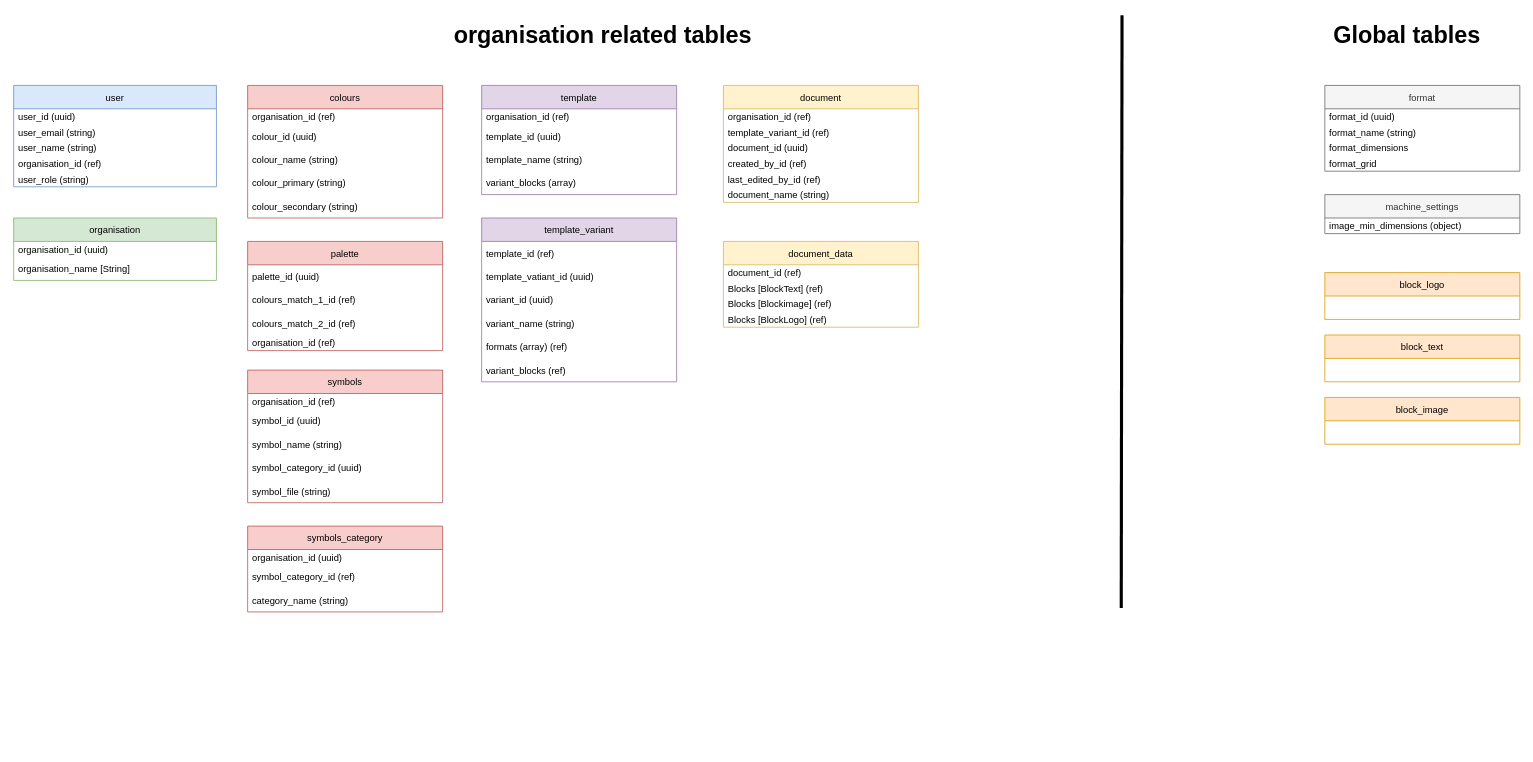
Before: page "Page-2" (2 of 2) of root/DesignmaskinCurrent2.drawio in dreamyguy/drawio, a draw.io diagram. Source tidied: cells renumbered, new cells numbered last; positions are measured from the earlier drawing's top-left corner, leaving out a move shared by most shapes. Both pictures are drawn from the tidied source at 78%, with x=0, y=0 at pixel (13, 15).
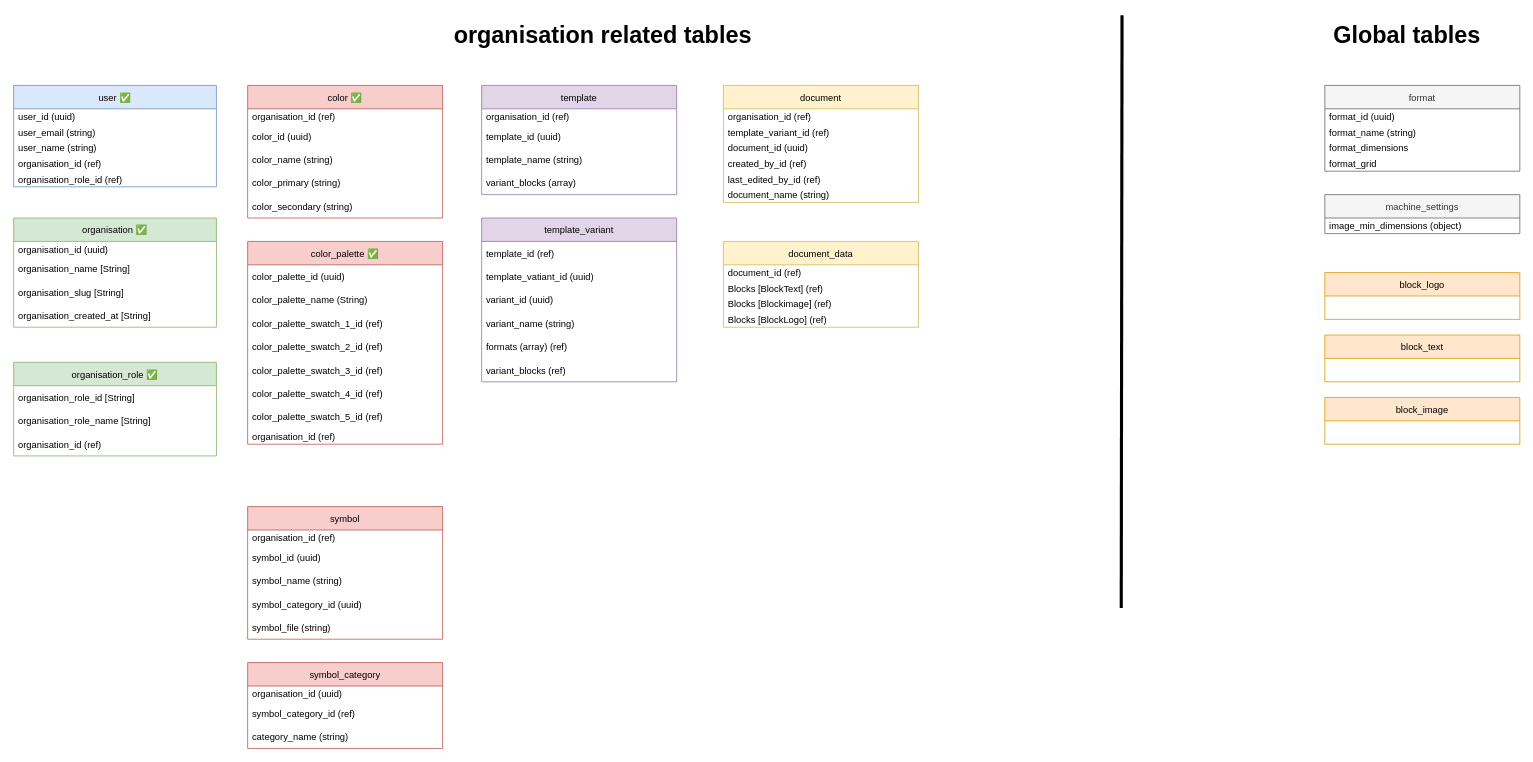
The same page after the edit.

The edit, as a diff of the source:
```diff
@@
-    <mxCell id="2" value="user" style="swimlane;fontStyle=0;horizontal=1;startSize=30;fillColor=#dae8fc;strokeColor=#6c8ebf;" parent="1" vertex="1">
+    <mxCell id="2" value="user ✅" style="swimlane;fontStyle=0;horizontal=1;startSize=30;fillColor=#dae8fc;strokeColor=#6c8ebf;" parent="1" vertex="1">
       <mxGeometry y="90" width="260" height="130" as="geometry" />
     </mxCell>
@@
-    <mxCell id="7" value="user_role (string)" style="text;strokeColor=none;fillColor=none;align=left;verticalAlign=middle;spacingLeft=4;spacingRight=4;overflow=hidden;spacing=2;" parent="2" vertex="1">
+    <mxCell id="7" value="organisation_role_id (ref)" style="text;strokeColor=none;fillColor=none;align=left;verticalAlign=middle;spacingLeft=4;spacingRight=4;overflow=hidden;spacing=2;" parent="2" vertex="1">
       <mxGeometry y="110" width="260" height="20" as="geometry" />
     </mxCell>
@@
-    <mxCell id="20" value="organisation" style="swimlane;fontStyle=0;horizontal=1;startSize=30;fillColor=#d5e8d4;strokeColor=#82b366;" parent="1" vertex="1">
-      <mxGeometry y="260" width="260" height="80" as="geometry" />
+    <mxCell id="20" value="organisation ✅" style="swimlane;fontStyle=0;horizontal=1;startSize=30;fillColor=#d5e8d4;strokeColor=#82b366;" parent="1" vertex="1">
+      <mxGeometry y="260" width="260" height="140" as="geometry" />
     </mxCell>
@@
+    <mxCell id="69" value="organisation_slug [String]" style="text;strokeColor=none;fillColor=none;align=left;verticalAlign=middle;spacingLeft=4;spacingRight=4;overflow=hidden;spacing=2;" parent="20" vertex="1">
+      <mxGeometry y="80" width="260" height="30" as="geometry" />
+    </mxCell>
+    <mxCell id="70" value="organisation_created_at [String]" style="text;strokeColor=none;fillColor=none;align=left;verticalAlign=middle;spacingLeft=4;spacingRight=4;overflow=hidden;spacing=2;" parent="20" vertex="1">
+      <mxGeometry y="110" width="260" height="30" as="geometry" />
+    </mxCell>
-    <mxCell id="23" value="colours" style="swimlane;fontStyle=0;horizontal=1;startSize=30;fillColor=#f8cecc;strokeColor=#b85450;" parent="1" vertex="1">
+    <mxCell id="23" value="color ✅" style="swimlane;fontStyle=0;horizontal=1;startSize=30;fillColor=#f8cecc;strokeColor=#b85450;" parent="1" vertex="1">
       <mxGeometry x="300" y="90" width="250" height="170" as="geometry" />
     </mxCell>
@@
-    <mxCell id="25" value="colour_id (uuid)" style="text;strokeColor=none;fillColor=none;align=left;verticalAlign=middle;spacingLeft=4;spacingRight=4;overflow=hidden;spacing=2;" parent="23" vertex="1">
+    <mxCell id="25" value="color_id (uuid)" style="text;strokeColor=none;fillColor=none;align=left;verticalAlign=middle;spacingLeft=4;spacingRight=4;overflow=hidden;spacing=2;" parent="23" vertex="1">
       <mxGeometry y="50" width="250" height="30" as="geometry" />
     </mxCell>
-    <mxCell id="26" value="colour_name (string)" style="text;strokeColor=none;fillColor=none;align=left;verticalAlign=middle;spacingLeft=4;spacingRight=4;overflow=hidden;spacing=2;" parent="23" vertex="1">
+    <mxCell id="26" value="color_name (string)" style="text;strokeColor=none;fillColor=none;align=left;verticalAlign=middle;spacingLeft=4;spacingRight=4;overflow=hidden;spacing=2;" parent="23" vertex="1">
       <mxGeometry y="80" width="250" height="30" as="geometry" />
     </mxCell>
-    <mxCell id="27" value="colour_primary (string)" style="text;strokeColor=none;fillColor=none;align=left;verticalAlign=middle;spacingLeft=4;spacingRight=4;overflow=hidden;spacing=2;" parent="23" vertex="1">
+    <mxCell id="27" value="color_primary (string)" style="text;strokeColor=none;fillColor=none;align=left;verticalAlign=middle;spacingLeft=4;spacingRight=4;overflow=hidden;spacing=2;" parent="23" vertex="1">
       <mxGeometry y="110" width="250" height="30" as="geometry" />
     </mxCell>
-    <mxCell id="28" value="colour_secondary (string)" style="text;strokeColor=none;fillColor=none;align=left;verticalAlign=middle;spacingLeft=4;spacingRight=4;overflow=hidden;spacing=2;" parent="23" vertex="1">
+    <mxCell id="28" value="color_secondary (string)" style="text;strokeColor=none;fillColor=none;align=left;verticalAlign=middle;spacingLeft=4;spacingRight=4;overflow=hidden;spacing=2;" parent="23" vertex="1">
       <mxGeometry y="140" width="250" height="30" as="geometry" />
     </mxCell>
-    <mxCell id="29" value="symbols" style="swimlane;fontStyle=0;horizontal=1;startSize=30;fillColor=#f8cecc;strokeColor=#b85450;" parent="1" vertex="1">
-      <mxGeometry x="300" y="455" width="250" height="170" as="geometry" />
+    <mxCell id="29" value="symbol" style="swimlane;fontStyle=0;horizontal=1;startSize=30;fillColor=#f8cecc;strokeColor=#b85450;" parent="1" vertex="1">
+      <mxGeometry x="300" y="630" width="250" height="170" as="geometry" />
     </mxCell>
@@
-    <mxCell id="35" value="symbols_category" style="swimlane;fontStyle=0;horizontal=1;startSize=30;fillColor=#f8cecc;strokeColor=#b85450;" parent="1" vertex="1">
-      <mxGeometry x="300" y="655" width="250" height="110" as="geometry" />
+    <mxCell id="35" value="symbol_category" style="swimlane;fontStyle=0;horizontal=1;startSize=30;fillColor=#f8cecc;strokeColor=#b85450;" parent="1" vertex="1">
+      <mxGeometry x="300" y="830" width="250" height="110" as="geometry" />
     </mxCell>
@@
-    <mxCell id="61" value="palette" style="swimlane;fontStyle=0;horizontal=1;startSize=30;fillColor=#f8cecc;strokeColor=#b85450;" parent="1" vertex="1">
-      <mxGeometry x="300" y="290" width="250" height="140" as="geometry" />
+    <mxCell id="61" value="color_palette ✅" style="swimlane;fontStyle=0;horizontal=1;startSize=30;fillColor=#f8cecc;strokeColor=#b85450;" parent="1" vertex="1">
+      <mxGeometry x="300" y="290" width="250" height="260" as="geometry" />
     </mxCell>
-    <mxCell id="62" value="palette_id (uuid)" style="text;strokeColor=none;fillColor=none;align=left;verticalAlign=middle;spacingLeft=4;spacingRight=4;overflow=hidden;spacing=2;" parent="61" vertex="1">
+    <mxCell id="62" value="color_palette_id (uuid)" style="text;strokeColor=none;fillColor=none;align=left;verticalAlign=middle;spacingLeft=4;spacingRight=4;overflow=hidden;spacing=2;" parent="61" vertex="1">
       <mxGeometry y="30" width="250" height="30" as="geometry" />
     </mxCell>
-    <mxCell id="63" value="colours_match_1_id (ref)" style="text;strokeColor=none;fillColor=none;align=left;verticalAlign=middle;spacingLeft=4;spacingRight=4;overflow=hidden;spacing=2;" parent="61" vertex="1">
+    <mxCell id="63" value="color_palette_name (String)" style="text;strokeColor=none;fillColor=none;align=left;verticalAlign=middle;spacingLeft=4;spacingRight=4;overflow=hidden;spacing=2;" parent="61" vertex="1">
       <mxGeometry y="60" width="250" height="30" as="geometry" />
     </mxCell>
-    <mxCell id="64" value="colours_match_2_id (ref)" style="text;strokeColor=none;fillColor=none;align=left;verticalAlign=middle;spacingLeft=4;spacingRight=4;overflow=hidden;spacing=2;" parent="61" vertex="1">
-      <mxGeometry y="90" width="250" height="30" as="geometry" />
-    </mxCell>
+    <mxCell id="71" value="color_palette_swatch_1_id (ref)" style="text;strokeColor=none;fillColor=none;align=left;verticalAlign=middle;spacingLeft=4;spacingRight=4;overflow=hidden;spacing=2;" parent="61" vertex="1">
+      <mxGeometry y="90" width="250" height="30" as="geometry" />
+    </mxCell>
+    <mxCell id="72" value="color_palette_swatch_2_id (ref)" style="text;strokeColor=none;fillColor=none;align=left;verticalAlign=middle;spacingLeft=4;spacingRight=4;overflow=hidden;spacing=2;" parent="61" vertex="1">
+      <mxGeometry y="120" width="250" height="30" as="geometry" />
+    </mxCell>
+    <mxCell id="73" value="color_palette_swatch_3_id (ref)" style="text;strokeColor=none;fillColor=none;align=left;verticalAlign=middle;spacingLeft=4;spacingRight=4;overflow=hidden;spacing=2;" parent="61" vertex="1">
+      <mxGeometry y="150" width="250" height="30" as="geometry" />
+    </mxCell>
+    <mxCell id="74" value="color_palette_swatch_4_id (ref)" style="text;strokeColor=none;fillColor=none;align=left;verticalAlign=middle;spacingLeft=4;spacingRight=4;overflow=hidden;spacing=2;" parent="61" vertex="1">
+      <mxGeometry y="180" width="250" height="30" as="geometry" />
+    </mxCell>
+    <mxCell id="75" value="color_palette_swatch_5_id (ref)" style="text;strokeColor=none;fillColor=none;align=left;verticalAlign=middle;spacingLeft=4;spacingRight=4;overflow=hidden;spacing=2;" parent="61" vertex="1">
+      <mxGeometry y="210" width="250" height="30" as="geometry" />
+    </mxCell>
     <mxCell id="65" value="organisation_id (ref)" style="text;strokeColor=none;fillColor=none;align=left;verticalAlign=middle;spacingLeft=4;spacingRight=4;overflow=hidden;spacing=2;" parent="61" vertex="1">
-      <mxGeometry y="120" width="250" height="20" as="geometry" />
+      <mxGeometry y="240" width="250" height="20" as="geometry" />
     </mxCell>
@@
+    <mxCell id="76" value="organisation_role ✅" style="swimlane;fontStyle=0;horizontal=1;startSize=30;fillColor=#d5e8d4;strokeColor=#82b366;" parent="1" vertex="1">
+      <mxGeometry y="445" width="260" height="120" as="geometry" />
+    </mxCell>
+    <mxCell id="77" value="organisation_role_id [String]" style="text;strokeColor=none;fillColor=none;align=left;verticalAlign=middle;spacingLeft=4;spacingRight=4;overflow=hidden;spacing=2;" parent="76" vertex="1">
+      <mxGeometry y="30" width="260" height="30" as="geometry" />
+    </mxCell>
+    <mxCell id="78" value="organisation_role_name [String]" style="text;strokeColor=none;fillColor=none;align=left;verticalAlign=middle;spacingLeft=4;spacingRight=4;overflow=hidden;spacing=2;" parent="76" vertex="1">
+      <mxGeometry y="60" width="260" height="30" as="geometry" />
+    </mxCell>
+    <mxCell id="79" value="organisation_id (ref)" style="text;strokeColor=none;fillColor=none;align=left;verticalAlign=middle;spacingLeft=4;spacingRight=4;overflow=hidden;spacing=2;" parent="76" vertex="1">
+      <mxGeometry y="90" width="260" height="30" as="geometry" />
+    </mxCell>
```
